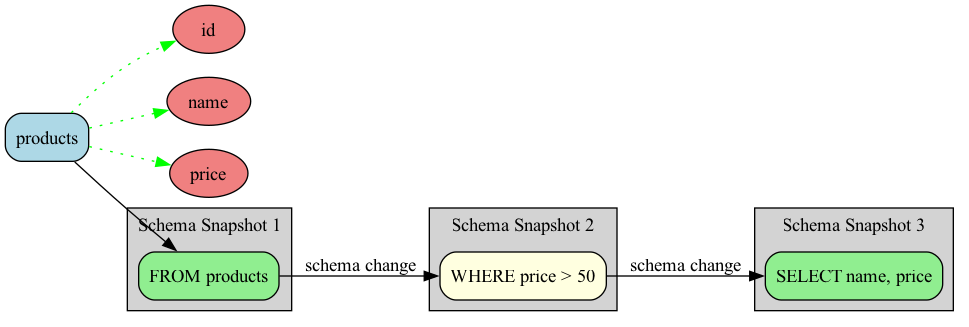
This is examples/create_query_schema.png from rot1024/sqloflow, a Graphviz export, as it was before one commit. Its source is kept beside it as examples/create_query_schema.dot. Source of this version:
```dot
digraph sqloflow {
  rankdir=LR;
  node [shape=box, style=rounded];

  node_0 [label="products", fillcolor=lightblue, style="filled,rounded"];
  node_1 [label="id", fillcolor=lightcoral, style="filled,rounded", shape=ellipse];
  node_2 [label="name", fillcolor=lightcoral, style="filled,rounded", shape=ellipse];
  node_3 [label="price", fillcolor=lightcoral, style="filled,rounded", shape=ellipse];
  subgraph cluster_0 {
    label="Schema Snapshot 1";
    style=filled;
    fillcolor=lightgray;
    node_4 [label="FROM products", fillcolor=lightgreen, style="filled,rounded"];
  }
  subgraph cluster_1 {
    label="Schema Snapshot 2";
    style=filled;
    fillcolor=lightgray;
    node_5 [label="WHERE price > 50", fillcolor=lightyellow, style="filled,rounded"];
  }
  subgraph cluster_2 {
    label="Schema Snapshot 3";
    style=filled;
    fillcolor=lightgray;
    node_6 [label="SELECT name, price", fillcolor=lightgreen, style="filled,rounded"];
  }

  node_0 -> node_1 [color=green, style=dotted];
  node_0 -> node_2 [color=green, style=dotted];
  node_0 -> node_3 [color=green, style=dotted];
  node_0 -> node_4 [color=black];
  node_4 -> node_5 [color=black, label="schema change"];
  node_5 -> node_6 [color=black, label="schema change"];
}
```
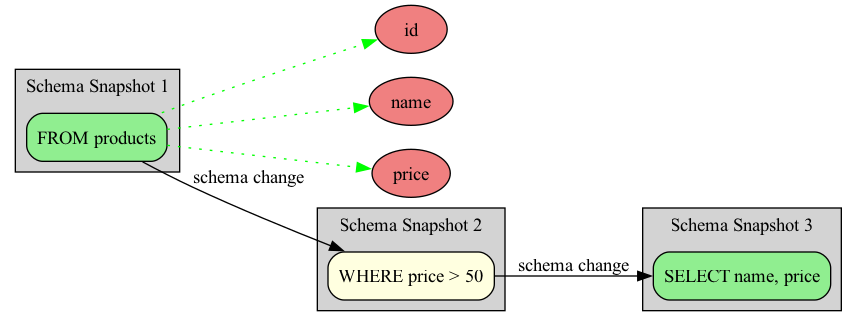
Later version of the same file.

What changed in the source:
```diff
@@ -2,33 +2,31 @@
   rankdir=LR;
   node [shape=box, style=rounded];
 
-  node_0 [label="products", fillcolor=lightblue, style="filled,rounded"];
-  node_1 [label="id", fillcolor=lightcoral, style="filled,rounded", shape=ellipse];
-  node_2 [label="name", fillcolor=lightcoral, style="filled,rounded", shape=ellipse];
-  node_3 [label="price", fillcolor=lightcoral, style="filled,rounded", shape=ellipse];
   subgraph cluster_0 {
     label="Schema Snapshot 1";
     style=filled;
     fillcolor=lightgray;
-    node_4 [label="FROM products", fillcolor=lightgreen, style="filled,rounded"];
+    node_0 [label="FROM products", fillcolor=lightgreen, style="filled,rounded"];
   }
+  node_1 [label="id", fillcolor=lightcoral, style="filled,rounded", shape=ellipse];
+  node_2 [label="name", fillcolor=lightcoral, style="filled,rounded", shape=ellipse];
+  node_3 [label="price", fillcolor=lightcoral, style="filled,rounded", shape=ellipse];
   subgraph cluster_1 {
     label="Schema Snapshot 2";
     style=filled;
     fillcolor=lightgray;
-    node_5 [label="WHERE price > 50", fillcolor=lightyellow, style="filled,rounded"];
+    node_4 [label="WHERE price > 50", fillcolor=lightyellow, style="filled,rounded"];
   }
   subgraph cluster_2 {
     label="Schema Snapshot 3";
     style=filled;
     fillcolor=lightgray;
-    node_6 [label="SELECT name, price", fillcolor=lightgreen, style="filled,rounded"];
+    node_5 [label="SELECT name, price", fillcolor=lightgreen, style="filled,rounded"];
   }
 
   node_0 -> node_1 [color=green, style=dotted];
   node_0 -> node_2 [color=green, style=dotted];
   node_0 -> node_3 [color=green, style=dotted];
-  node_0 -> node_4 [color=black];
+  node_0 -> node_4 [color=black, label="schema change"];
   node_4 -> node_5 [color=black, label="schema change"];
-  node_5 -> node_6 [color=black, label="schema change"];
 }
```
